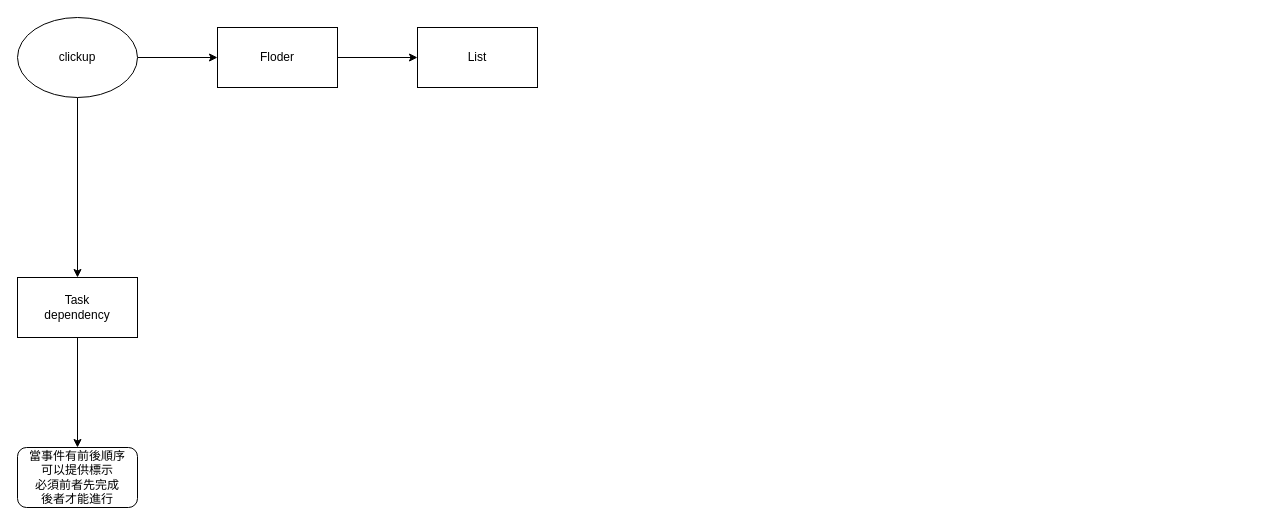
Earlier version of the draw.io diagram clickup.drawio (asd0591804/treeImage). Source tidied: cells renumbered, new cells numbered last; positions are measured from the earlier drawing's top-left corner, leaving out a move shared by most shapes. Both pictures are drawn from the tidied source at 100%, with x=0, y=0 at pixel (17, 17).
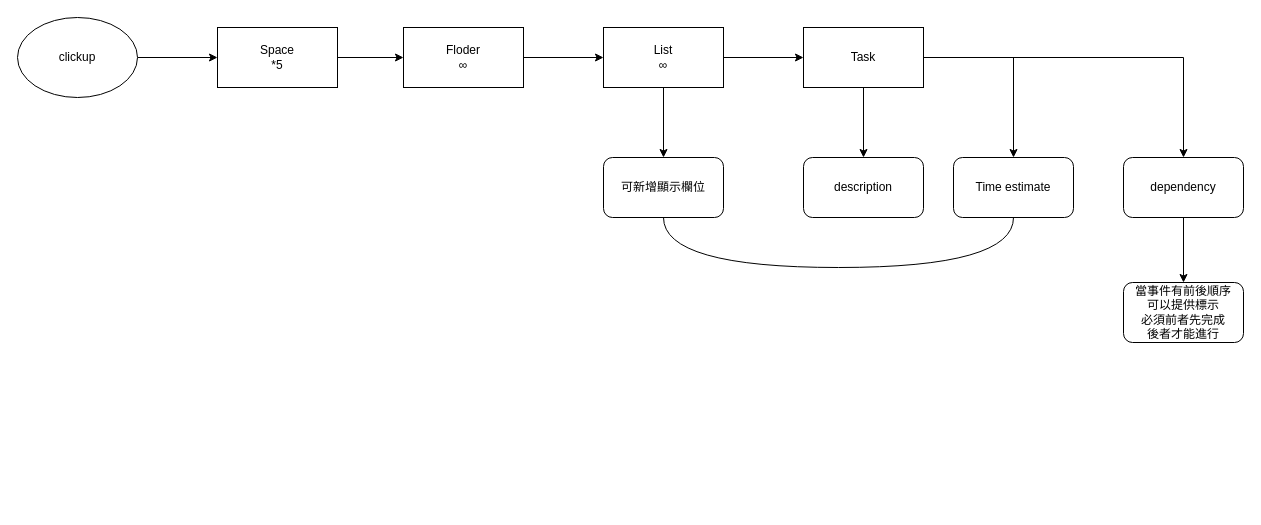
Above is the later version.

The change refers to these unchanged cells:
```xml
<mxCell id="4" value="clickup" style="ellipse;whiteSpace=wrap;html=1;" parent="1" vertex="1">
  <mxGeometry width="120" height="80" as="geometry" />
</mxCell>
```

Diff of the diagram source:
```diff
@@
-    <mxCell id="2" style="edgeStyle=orthogonalEdgeStyle;rounded=0;jettySize=auto;html=1;" parent="1" edge="1" source="4" target="6">
-      <mxGeometry relative="1" as="geometry" />
-    </mxCell>
-    <mxCell id="3" style="edgeStyle=orthogonalEdgeStyle;rounded=0;jettySize=auto;html=1;" parent="1" edge="1" source="4" target="9">
-      <mxGeometry relative="1" as="geometry" />
-    </mxCell>
+    <mxCell id="11" style="edgeStyle=orthogonalEdgeStyle;rounded=0;jettySize=auto;html=1;" parent="1" edge="1" source="4" target="15">
+      <mxGeometry relative="1" as="geometry" />
+    </mxCell>
@@
-    <mxCell id="5" style="edgeStyle=orthogonalEdgeStyle;rounded=0;jettySize=auto;html=1;" parent="1" edge="1" source="6" target="7">
-      <mxGeometry relative="1" as="geometry" />
-    </mxCell>
-    <mxCell id="6" value="&lt;div&gt;Task&lt;/div&gt;dependency" style="whiteSpace=wrap;html=1;" parent="1" vertex="1">
-      <mxGeometry y="260" width="120" height="60" as="geometry" />
-    </mxCell>
     <mxCell id="7" value="當事件有前後順序&lt;div&gt;可以提供標示&lt;/div&gt;&lt;div&gt;必須前者先完成&lt;/div&gt;&lt;div&gt;後者才能進行&lt;/div&gt;" style="whiteSpace=wrap;html=1;glass=0;shadow=0;rounded=1;" parent="1" vertex="1">
-      <mxGeometry y="430" width="120" height="60" as="geometry" />
+      <mxGeometry x="1106" y="265" width="120" height="60" as="geometry" />
     </mxCell>
@@
-    <mxCell id="9" value="Floder" style="whiteSpace=wrap;html=1;" parent="1" vertex="1">
-      <mxGeometry x="200" y="10" width="120" height="60" as="geometry" />
+    <mxCell id="9" value="Floder&lt;div&gt;∞&lt;br&gt;&lt;/div&gt;" style="whiteSpace=wrap;html=1;" parent="1" vertex="1">
+      <mxGeometry x="386" y="10" width="120" height="60" as="geometry" />
     </mxCell>
+    <mxCell id="12" style="edgeStyle=orthogonalEdgeStyle;rounded=0;jettySize=auto;html=1;" parent="1" edge="1" source="10" target="18">
+      <mxGeometry relative="1" as="geometry" />
+    </mxCell>
+    <mxCell id="13" style="edgeStyle=orthogonalEdgeStyle;rounded=0;jettySize=auto;html=1;" parent="1" edge="1" source="10" target="22">
+      <mxGeometry relative="1" as="geometry" />
+    </mxCell>
-    <mxCell id="10" value="List" style="whiteSpace=wrap;html=1;" parent="1" vertex="1">
-      <mxGeometry x="400" y="10" width="120" height="60" as="geometry" />
+    <mxCell id="10" value="List&lt;div&gt;∞&lt;br&gt;&lt;/div&gt;" style="whiteSpace=wrap;html=1;" parent="1" vertex="1">
+      <mxGeometry x="586" y="10" width="120" height="60" as="geometry" />
     </mxCell>
+    <mxCell id="14" style="edgeStyle=orthogonalEdgeStyle;rounded=0;jettySize=auto;html=1;" parent="1" edge="1" source="15" target="9">
+      <mxGeometry relative="1" as="geometry" />
+    </mxCell>
+    <mxCell id="15" value="Space&lt;div&gt;*5&lt;/div&gt;" style="whiteSpace=wrap;html=1;" parent="1" vertex="1">
+      <mxGeometry x="200" y="10" width="120" height="60" as="geometry" />
+    </mxCell>
+    <mxCell id="16" value="Time estimate" style="whiteSpace=wrap;html=1;rounded=1;" parent="1" vertex="1">
+      <mxGeometry x="936" y="140" width="120" height="60" as="geometry" />
+    </mxCell>
+    <mxCell id="17" style="edgeStyle=orthogonalEdgeStyle;rounded=0;jettySize=auto;html=1;exitX=0.5;exitY=1;exitDx=0;exitDy=0;entryX=0.5;entryY=1;entryDx=0;entryDy=0;curved=1;endArrow=none;endFill=0;" parent="1" edge="1" source="18" target="16">
+      <mxGeometry relative="1" as="geometry">
+        <Array as="points">
+          <mxPoint x="646" y="250" />
+          <mxPoint x="996" y="250" />
+        </Array>
+      </mxGeometry>
+    </mxCell>
+    <mxCell id="18" value="可新增顯示欄位" style="whiteSpace=wrap;html=1;rounded=1;" parent="1" vertex="1">
+      <mxGeometry x="586" y="140" width="120" height="60" as="geometry" />
+    </mxCell>
+    <mxCell id="19" style="edgeStyle=orthogonalEdgeStyle;rounded=0;jettySize=auto;html=1;" parent="1" edge="1" source="22" target="23">
+      <mxGeometry relative="1" as="geometry" />
+    </mxCell>
+    <mxCell id="20" style="edgeStyle=orthogonalEdgeStyle;rounded=0;jettySize=auto;html=1;exitX=1;exitY=0.5;exitDx=0;exitDy=0;entryX=0.5;entryY=0;entryDx=0;entryDy=0;" parent="1" edge="1" source="22" target="16">
+      <mxGeometry relative="1" as="geometry" />
+    </mxCell>
+    <mxCell id="21" style="edgeStyle=orthogonalEdgeStyle;rounded=0;jettySize=auto;html=1;" parent="1" edge="1" source="22" target="25">
+      <mxGeometry relative="1" as="geometry" />
+    </mxCell>
+    <mxCell id="22" value="Task" style="whiteSpace=wrap;html=1;" parent="1" vertex="1">
+      <mxGeometry x="786" y="10" width="120" height="60" as="geometry" />
+    </mxCell>
+    <mxCell id="23" value="description" style="whiteSpace=wrap;html=1;rounded=1;" parent="1" vertex="1">
+      <mxGeometry x="786" y="140" width="120" height="60" as="geometry" />
+    </mxCell>
+    <mxCell id="24" style="edgeStyle=orthogonalEdgeStyle;rounded=0;jettySize=auto;html=1;" parent="1" edge="1" source="25" target="7">
+      <mxGeometry relative="1" as="geometry" />
+    </mxCell>
+    <mxCell id="25" value="&lt;div&gt;&lt;span style=&quot;background-color: initial;&quot;&gt;dependency&lt;/span&gt;&lt;br&gt;&lt;/div&gt;" style="whiteSpace=wrap;html=1;rounded=1;" parent="1" vertex="1">
+      <mxGeometry x="1106" y="140" width="120" height="60" as="geometry" />
+    </mxCell>
```
